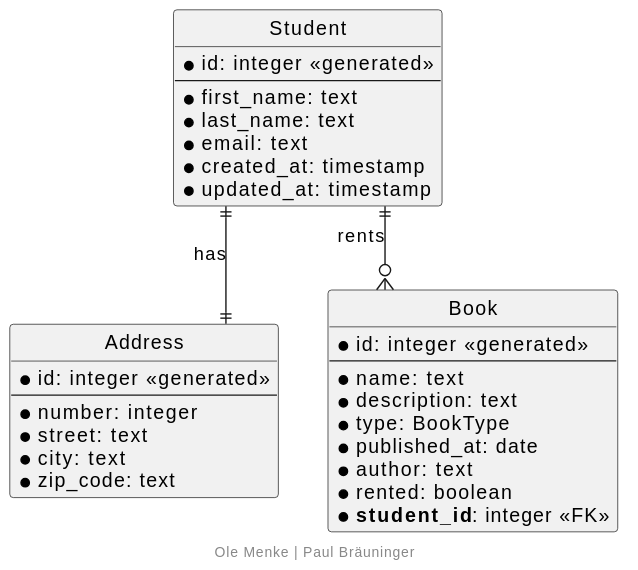
Ol86/SWE-Python keeps this PlantUML diagram as docs/diagrams/out/ER Diagram.svg. Above is the earlier version.
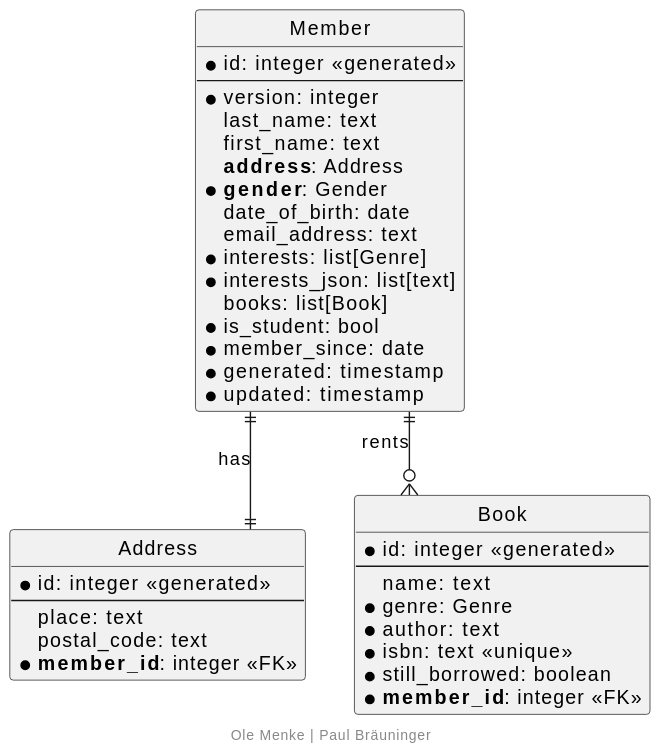
After the change.

Commit message:
Generate new svg and fix typing issue

The edit, as a diff of the source:
```diff
@@ -2,39 +2,46 @@
 hide circle
 skinparam linetype ortho
 
-entity "Student" as Student {
-*id: integer <<generated>>
+entity "Member" as Member {
+* id: integer <<generated>>
 --
-*first_name: text
-*last_name: text
-*email: text
-*created_at: timestamp
-*updated_at: timestamp
+* version: integer
+last_name: text
+first_name: text
+**address**: Address
+* **gender**: Gender
+date_of_birth: date
+email_address: text
+* interests: list[Genre]
+* interests_json: list[text]
+books: list[Book]
+* is_student: bool
+* member_since: date
+* generated: timestamp
+* updated: timestamp
 }
 
 entity "Address" as Address {
-*id: integer <<generated>>
+* id: integer <<generated>>
 --
-*number: integer
-*street: text
-*city: text
-*zip_code: text
+place: text
+postal_code: text
+* **member_id**: integer <<FK>>
 }
 
 entity "Book" as Book {
-*id: integer <<generated>>
+* id: integer <<generated>>
 --
-*name: text
-*description: text
-*type: BookType
-*published_at: date
-*author: text
-*rented: boolean
-* **student_id**: integer <<FK>>
+name: text
+* genre: Genre
+* author: text
+* isbn: text <<unique>>
+* still_borrowed: boolean
+* **member_id**: integer <<FK>>
 }
 
-Student ||--|| Address : "has"
-Student ||--o{ Book : "rents"
+Member ||--|| Address : "has"
+Member ||--o{ Book : "rents"
 
 
 footer Ole Menke | Paul Bräuninger
```
